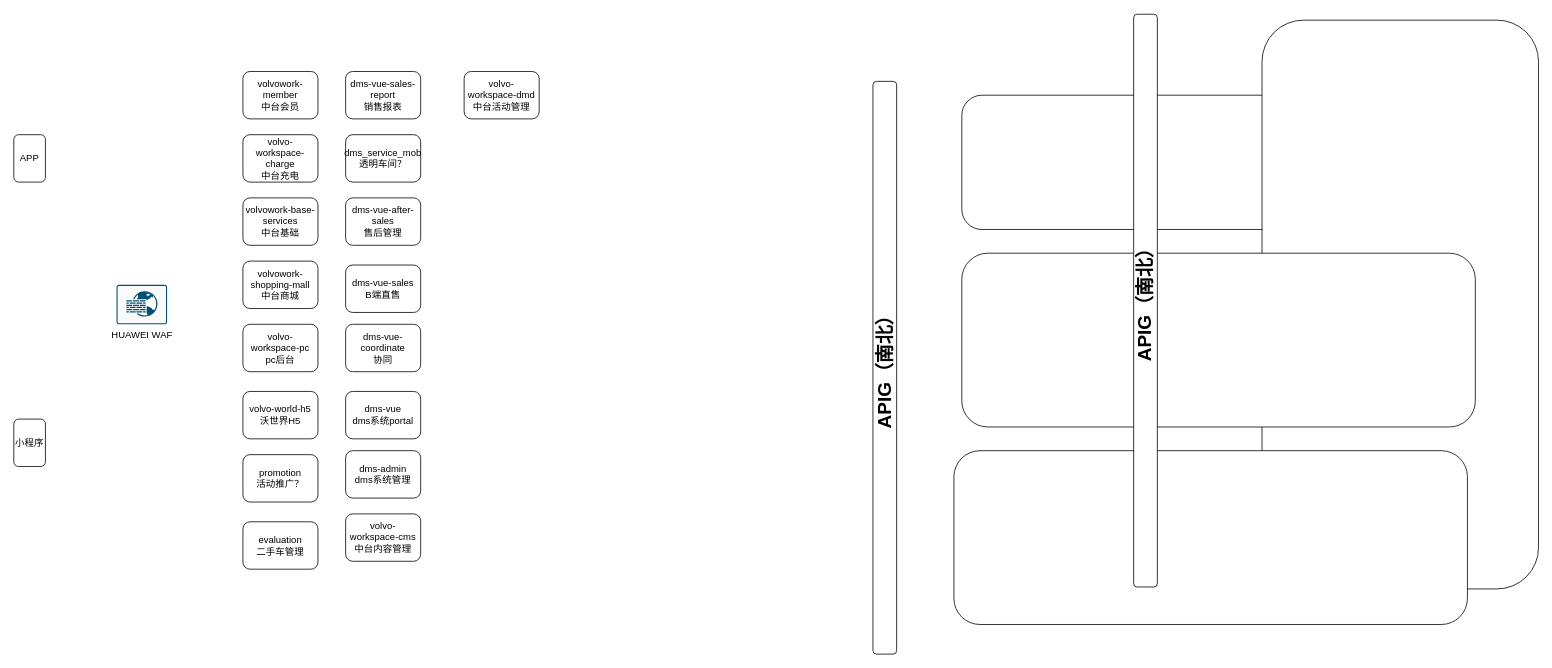
The draw.io diagram volvo Newbie技术架构图.drawio in 463024907/draw.io, before the edit. Source tidied: cells renumbered, new cells numbered last; positions are measured from the earlier drawing's top-left corner, leaving out a move shared by most shapes. Both pictures are drawn from the tidied source at 79%, with x=0, y=0 at pixel (13, 20).
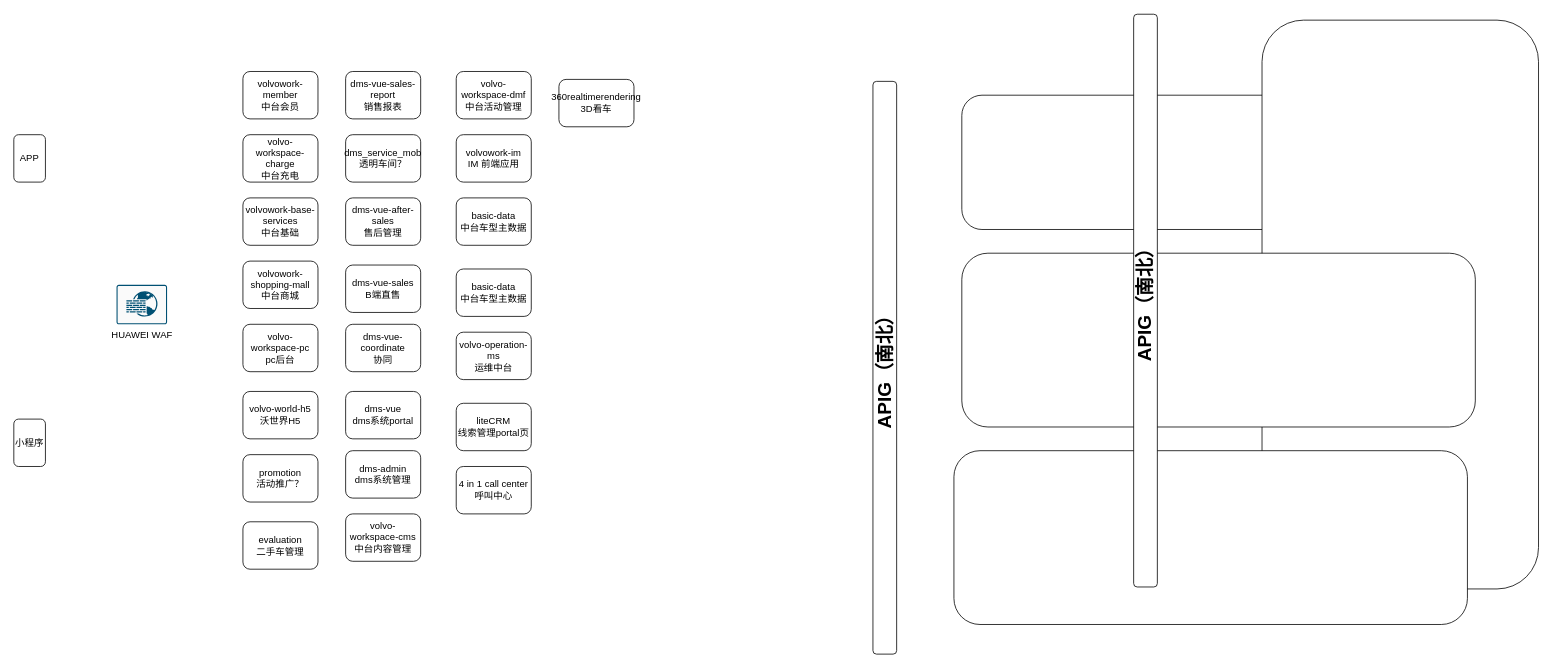
After the change.

Commit message:
Update volvo Newbie技术架构图.drawio

The edit, as a diff of the source:
```diff
@@
-    <mxCell id="27" value="volvo-workspace-dmd&lt;br&gt;中台活动管理" style="rounded=1;whiteSpace=wrap;html=1;" parent="1" vertex="1">
-      <mxGeometry x="570" y="65" width="95" height="60" as="geometry" />
+    <mxCell id="27" value="volvo-workspace-dmf&lt;br&gt;中台活动管理" style="rounded=1;whiteSpace=wrap;html=1;" parent="1" vertex="1">
+      <mxGeometry x="560" y="65" width="95" height="60" as="geometry" />
     </mxCell>
+    <mxCell id="28" value="volvowork-im&lt;br&gt;IM 前端应用" style="rounded=1;whiteSpace=wrap;html=1;" parent="1" vertex="1">
+      <mxGeometry x="560" y="145" width="95" height="60" as="geometry" />
+    </mxCell>
+    <mxCell id="29" value="basic-data&lt;br&gt;中台车型主数据" style="rounded=1;whiteSpace=wrap;html=1;" parent="1" vertex="1">
+      <mxGeometry x="560" y="225" width="95" height="60" as="geometry" />
+    </mxCell>
+    <mxCell id="30" value="basic-data&lt;br&gt;中台车型主数据" style="rounded=1;whiteSpace=wrap;html=1;" parent="1" vertex="1">
+      <mxGeometry x="560" y="315" width="95" height="60" as="geometry" />
+    </mxCell>
+    <mxCell id="31" value="volvo-operation-ms&lt;br&gt;运维中台" style="rounded=1;whiteSpace=wrap;html=1;" parent="1" vertex="1">
+      <mxGeometry x="560" y="395" width="95" height="60" as="geometry" />
+    </mxCell>
+    <mxCell id="32" value="liteCRM&lt;br&gt;线索管理portal页" style="rounded=1;whiteSpace=wrap;html=1;" parent="1" vertex="1">
+      <mxGeometry x="560" y="485" width="95" height="60" as="geometry" />
+    </mxCell>
+    <mxCell id="33" value="4 in 1 call center&lt;br&gt;呼叫中心" style="rounded=1;whiteSpace=wrap;html=1;" parent="1" vertex="1">
+      <mxGeometry x="560" y="565" width="95" height="60" as="geometry" />
+    </mxCell>
+    <mxCell id="34" value="360realtimerendering&lt;br&gt;3D看车" style="rounded=1;whiteSpace=wrap;html=1;" parent="1" vertex="1">
+      <mxGeometry x="690" y="75" width="95" height="60" as="geometry" />
+    </mxCell>
```
